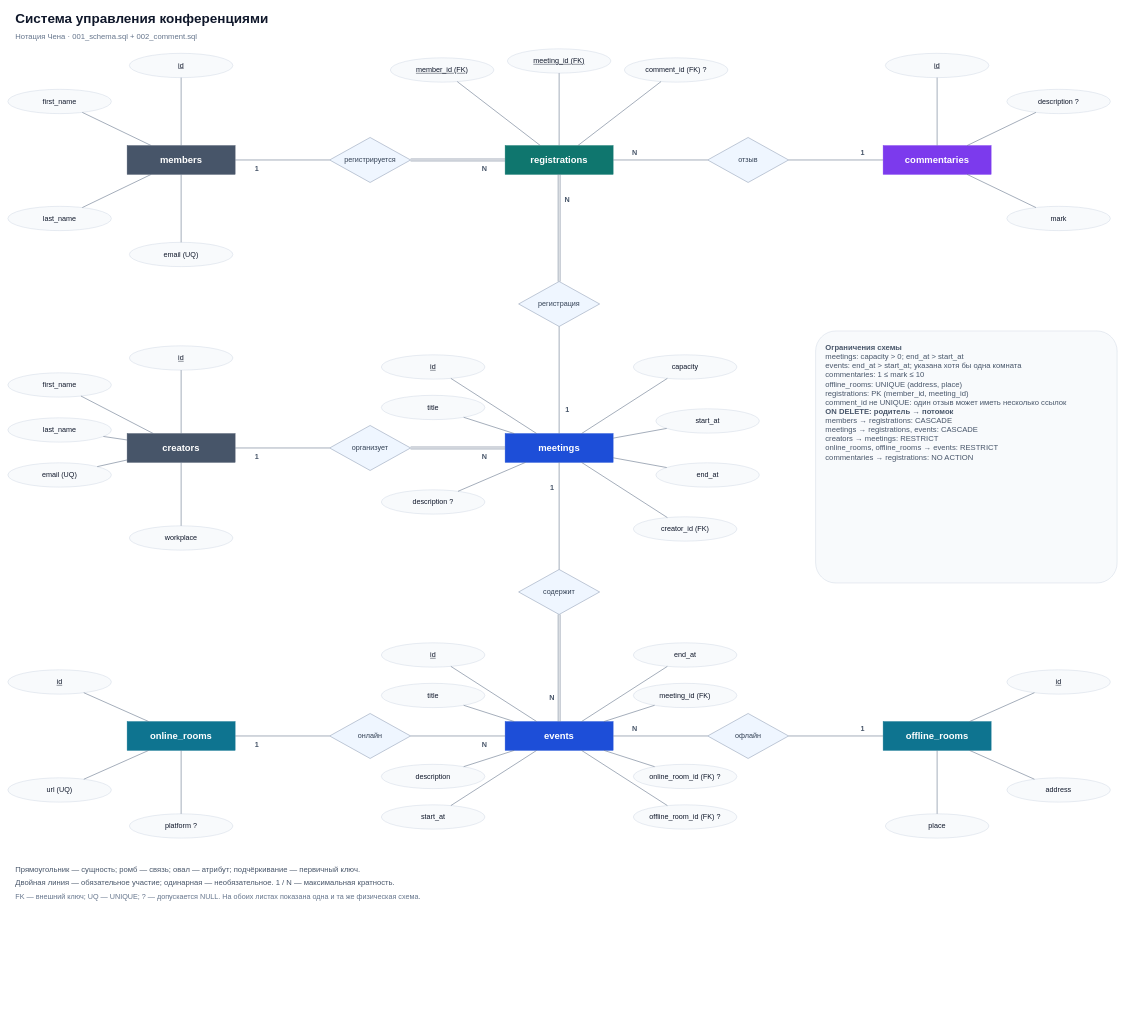
Earlier version of the draw.io diagram page "Чен" (2 of 2) of lab02/erd.drawio (makinotori14/pg-labs). Source tidied: cells renumbered, new cells numbered last; positions are measured from the earlier drawing's top-left corner, leaving out a move shared by most shapes. Both pictures are drawn from the tidied source at 45%, with x=0, y=0 at pixel (8, 8).
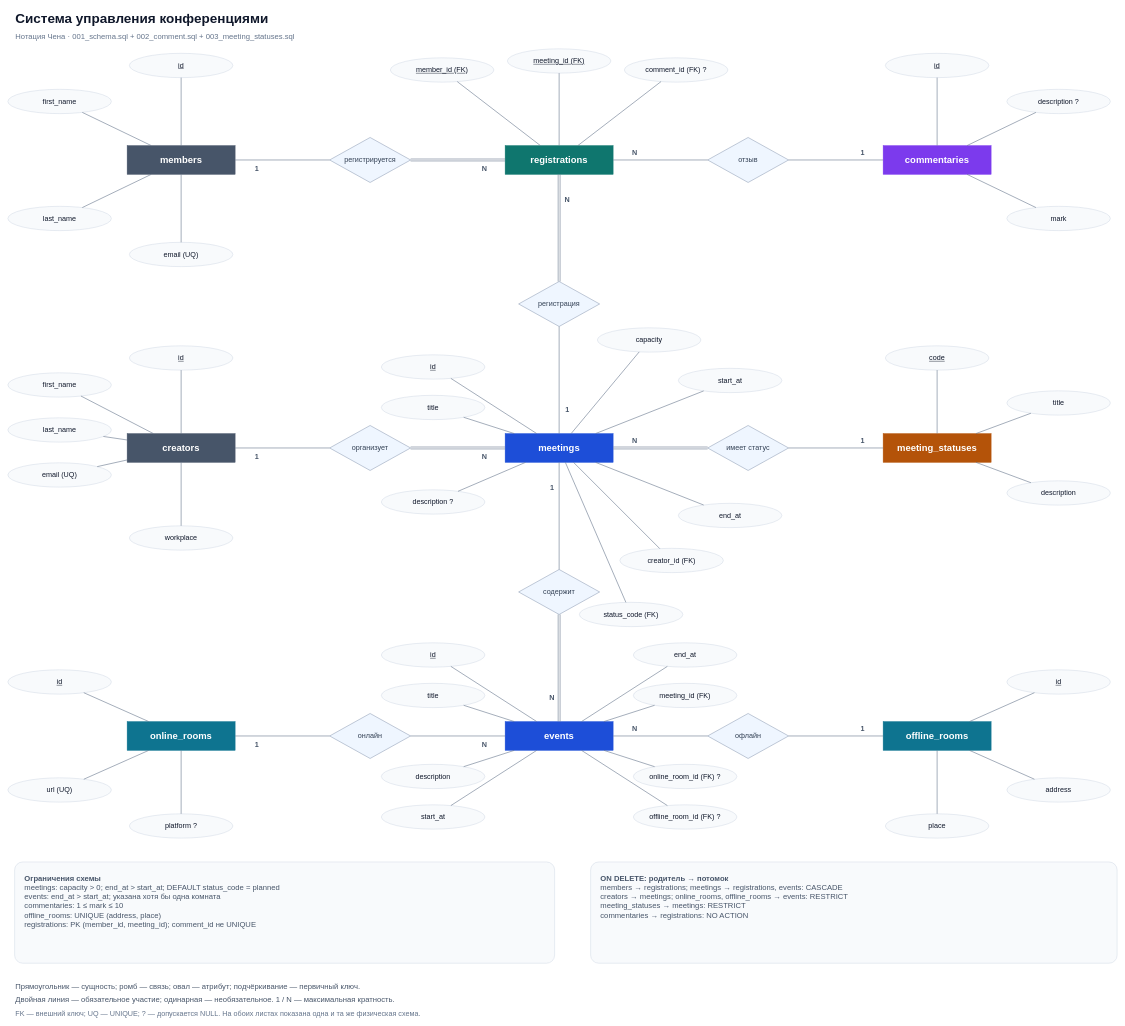
The same diagram, later.

Commit message (it also covers changes not shown here):
meeting statuses

Unchanged cells that the change refers to:
```xml
<mxCell id="38" value="meetings" style="rounded=0;html=1;whiteSpace=wrap;fillColor=#1D4ED8;strokeColor=#1D4ED8;fontColor=#FFFFFF;fontFamily=Helvetica;fontSize=21;fontStyle=1;" parent="1" vertex="1">
  <mxGeometry x="1105" y="946" width="240" height="64" as="geometry" />
</mxCell>
<mxCell id="85" style="html=1;rounded=0;startArrow=none;endArrow=none;strokeColor=#64748B;strokeWidth=1.3;" parent="1" edge="1" source="4" target="84">
  <mxGeometry relative="1" as="geometry" />
</mxCell>
<mxCell id="90" style="html=1;rounded=0;startArrow=none;endArrow=none;strokeColor=#64748B;strokeWidth=1.3;" parent="1" edge="1" source="20" target="89">
  <mxGeometry relative="1" as="geometry" />
</mxCell>
<mxCell id="95" style="html=1;rounded=0;startArrow=none;endArrow=none;strokeColor=#64748B;strokeWidth=1.3;" parent="1" edge="1" source="38" target="94">
  <mxGeometry relative="1" as="geometry" />
</mxCell>
<mxCell id="100" style="html=1;rounded=0;startArrow=none;endArrow=none;strokeColor=#64748B;strokeWidth=1.3;" parent="1" edge="1" source="27" target="99">
  <mxGeometry relative="1" as="geometry" />
</mxCell>
<mxCell id="105" style="html=1;rounded=0;startArrow=none;endArrow=none;strokeColor=#64748B;strokeWidth=1.3;" parent="1" edge="1" source="38" target="104">
  <mxGeometry relative="1" as="geometry" />
</mxCell>
<mxCell id="110" style="html=1;rounded=0;startArrow=none;endArrow=none;strokeColor=#64748B;strokeWidth=1.3;" parent="1" edge="1" source="53" target="109">
  <mxGeometry relative="1" as="geometry" />
</mxCell>
<mxCell id="115" style="html=1;rounded=0;startArrow=none;endArrow=none;strokeColor=#64748B;strokeWidth=1.3;" parent="1" edge="1" source="77" target="114">
  <mxGeometry relative="1" as="geometry" />
</mxCell>
```

Change to the diagram source:
```diff
@@
-    <mxCell id="3" value="Нотация Чена · 001_schema.sql + 002_comment.sql" style="text;html=1;strokeColor=none;fillColor=none;whiteSpace=wrap;fontFamily=Helvetica;align=left;fontSize=17;fontColor=#64748B;" parent="1" vertex="1">
-      <mxGeometry x="15" y="48" width="1500" height="30" as="geometry" />
+    <mxCell id="3" value="Нотация Чена · 001_schema.sql + 002_comment.sql + 003_meeting_statuses.sql" style="text;html=1;strokeColor=none;fillColor=none;whiteSpace=wrap;fontFamily=Helvetica;align=left;fontSize=17;fontColor=#64748B;" parent="1" vertex="1">
+      <mxGeometry x="15" y="48" width="2400" height="30" as="geometry" />
     </mxCell>
@@
     <mxCell id="45" value="capacity" style="ellipse;whiteSpace=wrap;html=1;fillColor=#F8FAFC;strokeColor=#CBD5E1;strokeWidth=1;fontColor=#0F172A;fontFamily=Helvetica;fontSize=16;fontStyle=0;" parent="1" vertex="1">
-      <mxGeometry x="1390" y="771" width="230" height="54" as="geometry" />
+      <mxGeometry x="1310" y="711" width="230" height="54" as="geometry" />
     </mxCell>
@@
     <mxCell id="47" value="start_at" style="ellipse;whiteSpace=wrap;html=1;fillColor=#F8FAFC;strokeColor=#CBD5E1;strokeWidth=1;fontColor=#0F172A;fontFamily=Helvetica;fontSize=16;fontStyle=0;" parent="1" vertex="1">
-      <mxGeometry x="1440" y="891" width="230" height="54" as="geometry" />
+      <mxGeometry x="1490" y="801" width="230" height="54" as="geometry" />
     </mxCell>
@@
     <mxCell id="49" value="end_at" style="ellipse;whiteSpace=wrap;html=1;fillColor=#F8FAFC;strokeColor=#CBD5E1;strokeWidth=1;fontColor=#0F172A;fontFamily=Helvetica;fontSize=16;fontStyle=0;" parent="1" vertex="1">
-      <mxGeometry x="1440" y="1011" width="230" height="54" as="geometry" />
+      <mxGeometry x="1490" y="1101" width="230" height="54" as="geometry" />
     </mxCell>
@@
     <mxCell id="51" value="creator_id (FK)" style="ellipse;whiteSpace=wrap;html=1;fillColor=#F8FAFC;strokeColor=#CBD5E1;strokeWidth=1;fontColor=#0F172A;fontFamily=Helvetica;fontSize=16;fontStyle=0;" parent="1" vertex="1">
-      <mxGeometry x="1390" y="1131" width="230" height="54" as="geometry" />
+      <mxGeometry x="1360" y="1201" width="230" height="54" as="geometry" />
     </mxCell>
@@
+    <mxCell id="87" value="1" style="edgeLabel;html=1;align=center;verticalAlign=middle;fontFamily=Helvetica;fontSize=16;fontStyle=1;fontColor=#475569;labelBackgroundColor=#FFFFFF;" parent="85" vertex="1">
+      <mxGeometry x="-0.55" y="-17" relative="1" as="geometry" />
+    </mxCell>
@@
-    <mxCell id="87" value="1" style="edgeLabel;html=1;align=center;verticalAlign=middle;fontFamily=Helvetica;fontSize=16;fontStyle=1;fontColor=#475569;labelBackgroundColor=#FFFFFF;" parent="85" vertex="1">
-      <mxGeometry x="-0.55" y="-17" relative="1" as="geometry" />
-    </mxCell>
@@
+    <mxCell id="92" value="1" style="edgeLabel;html=1;align=center;verticalAlign=middle;fontFamily=Helvetica;fontSize=16;fontStyle=1;fontColor=#475569;labelBackgroundColor=#FFFFFF;" parent="90" vertex="1">
+      <mxGeometry x="-0.55" y="-17" relative="1" as="geometry" />
+    </mxCell>
@@
-    <mxCell id="92" value="1" style="edgeLabel;html=1;align=center;verticalAlign=middle;fontFamily=Helvetica;fontSize=16;fontStyle=1;fontColor=#475569;labelBackgroundColor=#FFFFFF;" parent="90" vertex="1">
-      <mxGeometry x="-0.55" y="-17" relative="1" as="geometry" />
-    </mxCell>
@@
+    <mxCell id="97" value="1" style="edgeLabel;html=1;align=center;verticalAlign=middle;fontFamily=Helvetica;fontSize=16;fontStyle=1;fontColor=#475569;labelBackgroundColor=#FFFFFF;" parent="95" vertex="1">
+      <mxGeometry x="-0.55" y="-17" relative="1" as="geometry" />
+    </mxCell>
@@
-    <mxCell id="97" value="1" style="edgeLabel;html=1;align=center;verticalAlign=middle;fontFamily=Helvetica;fontSize=16;fontStyle=1;fontColor=#475569;labelBackgroundColor=#FFFFFF;" parent="95" vertex="1">
-      <mxGeometry x="-0.55" y="-17" relative="1" as="geometry" />
-    </mxCell>
@@
+    <mxCell id="102" value="1" style="edgeLabel;html=1;align=center;verticalAlign=middle;fontFamily=Helvetica;fontSize=16;fontStyle=1;fontColor=#475569;labelBackgroundColor=#FFFFFF;" parent="100" vertex="1">
+      <mxGeometry x="-0.55" y="-17" relative="1" as="geometry" />
+    </mxCell>
@@
-    <mxCell id="102" value="1" style="edgeLabel;html=1;align=center;verticalAlign=middle;fontFamily=Helvetica;fontSize=16;fontStyle=1;fontColor=#475569;labelBackgroundColor=#FFFFFF;" parent="100" vertex="1">
-      <mxGeometry x="-0.55" y="-17" relative="1" as="geometry" />
-    </mxCell>
@@
+    <mxCell id="107" value="1" style="edgeLabel;html=1;align=center;verticalAlign=middle;fontFamily=Helvetica;fontSize=16;fontStyle=1;fontColor=#475569;labelBackgroundColor=#FFFFFF;" parent="105" vertex="1">
+      <mxGeometry x="-0.55" y="-17" relative="1" as="geometry" />
+    </mxCell>
@@
-    <mxCell id="107" value="1" style="edgeLabel;html=1;align=center;verticalAlign=middle;fontFamily=Helvetica;fontSize=16;fontStyle=1;fontColor=#475569;labelBackgroundColor=#FFFFFF;" parent="105" vertex="1">
-      <mxGeometry x="-0.55" y="-17" relative="1" as="geometry" />
-    </mxCell>
@@
+    <mxCell id="112" value="1" style="edgeLabel;html=1;align=center;verticalAlign=middle;fontFamily=Helvetica;fontSize=16;fontStyle=1;fontColor=#475569;labelBackgroundColor=#FFFFFF;" parent="110" vertex="1">
+      <mxGeometry x="-0.55" y="-17" relative="1" as="geometry" />
+    </mxCell>
@@
-    <mxCell id="112" value="1" style="edgeLabel;html=1;align=center;verticalAlign=middle;fontFamily=Helvetica;fontSize=16;fontStyle=1;fontColor=#475569;labelBackgroundColor=#FFFFFF;" parent="110" vertex="1">
-      <mxGeometry x="-0.55" y="-17" relative="1" as="geometry" />
-    </mxCell>
@@
+    <mxCell id="117" value="1" style="edgeLabel;html=1;align=center;verticalAlign=middle;fontFamily=Helvetica;fontSize=16;fontStyle=1;fontColor=#475569;labelBackgroundColor=#FFFFFF;" parent="115" vertex="1">
+      <mxGeometry x="-0.55" y="-17" relative="1" as="geometry" />
+    </mxCell>
@@
-    <mxCell id="117" value="1" style="edgeLabel;html=1;align=center;verticalAlign=middle;fontFamily=Helvetica;fontSize=16;fontStyle=1;fontColor=#475569;labelBackgroundColor=#FFFFFF;" parent="115" vertex="1">
-      <mxGeometry x="-0.55" y="-17" relative="1" as="geometry" />
-    </mxCell>
@@
-    <mxCell id="119" value="&lt;b&gt;Ограничения схемы&lt;/b&gt;&lt;br&gt;meetings: capacity &amp;gt; 0; end_at &amp;gt; start_at&lt;br&gt;events: end_at &amp;gt; start_at; указана хотя бы одна комната&lt;br&gt;commentaries: 1 ≤ mark ≤ 10&lt;br&gt;offline_rooms: UNIQUE (address, place)&lt;br&gt;registrations: PK (member_id, meeting_id)&lt;br&gt;comment_id не UNIQUE: один отзыв может иметь несколько ссылок&lt;br&gt;&lt;b&gt;ON DELETE: родитель → потомок&lt;/b&gt;&lt;br&gt;members → registrations: CASCADE&lt;br&gt;meetings → registrations, events: CASCADE&lt;br&gt;creators → meetings: RESTRICT&lt;br&gt;online_rooms, offline_rooms → events: RESTRICT&lt;br&gt;commentaries → registrations: NO ACTION" style="rounded=1;arcSize=8;html=1;whiteSpace=wrap;fillColor=#F8FAFC;strokeColor=#CBD5E1;align=left;verticalAlign=top;spacing=22;fontFamily=Helvetica;fontSize=17;fontColor=#475569;" parent="1" vertex="1">
-      <mxGeometry x="1795" y="718" width="670" height="560" as="geometry" />
+    <mxCell id="119" value="&lt;b&gt;Ограничения схемы&lt;/b&gt;&lt;br&gt;meetings: capacity &amp;gt; 0; end_at &amp;gt; start_at; DEFAULT status_code = planned&lt;br&gt;events: end_at &amp;gt; start_at; указана хотя бы одна комната&lt;br&gt;commentaries: 1 ≤ mark ≤ 10&lt;br&gt;offline_rooms: UNIQUE (address, place)&lt;br&gt;registrations: PK (member_id, meeting_id); comment_id не UNIQUE" style="rounded=1;arcSize=8;html=1;whiteSpace=wrap;fillColor=#F8FAFC;strokeColor=#CBD5E1;align=left;verticalAlign=top;spacing=22;fontFamily=Helvetica;fontSize=17;fontColor=#475569;" parent="1" vertex="1">
+      <mxGeometry x="15" y="1898" width="1200" height="225" as="geometry" />
     </mxCell>
     <mxCell id="120" value="Прямоугольник — сущность; ромб — связь; овал — атрибут; подчёркивание — первичный ключ." style="text;html=1;strokeColor=none;fillColor=none;whiteSpace=wrap;fontFamily=Helvetica;align=left;fontSize=17;fontColor=#475569;" parent="1" vertex="1">
-      <mxGeometry x="15" y="1898" width="2450" height="28" as="geometry" />
+      <mxGeometry x="15" y="2158" width="2450" height="28" as="geometry" />
     </mxCell>
     <mxCell id="121" value="Двойная линия — обязательное участие; одинарная — необязательное. 1 / N — максимальная кратность." style="text;html=1;strokeColor=none;fillColor=none;whiteSpace=wrap;fontFamily=Helvetica;align=left;fontSize=17;fontColor=#475569;" parent="1" vertex="1">
-      <mxGeometry x="15" y="1928" width="2450" height="28" as="geometry" />
+      <mxGeometry x="15" y="2188" width="2450" height="28" as="geometry" />
     </mxCell>
     <mxCell id="122" value="FK — внешний ключ; UQ — UNIQUE; ? — допускается NULL. На обоих листах показана одна и та же физическая схема." style="text;html=1;strokeColor=none;fillColor=none;whiteSpace=wrap;fontFamily=Helvetica;align=left;fontSize=16;fontColor=#64748B;" parent="1" vertex="1">
-      <mxGeometry x="15" y="1958" width="2450" height="28" as="geometry" />
+      <mxGeometry x="15" y="2218" width="2450" height="28" as="geometry" />
     </mxCell>
+    <mxCell id="123" value="status_code (FK)" style="ellipse;whiteSpace=wrap;html=1;fillColor=#F8FAFC;strokeColor=#CBD5E1;strokeWidth=1;fontColor=#0F172A;fontFamily=Helvetica;fontSize=16;fontStyle=0;" parent="1" vertex="1">
+      <mxGeometry x="1270" y="1321" width="230" height="54" as="geometry" />
+    </mxCell>
+    <mxCell id="124" style="html=1;rounded=0;startArrow=none;endArrow=none;strokeColor=#64748B;strokeWidth=1.3;" parent="1" edge="1" source="38" target="123">
+      <mxGeometry relative="1" as="geometry" />
+    </mxCell>
+    <mxCell id="125" value="meeting_statuses" style="rounded=0;html=1;whiteSpace=wrap;fillColor=#B45309;strokeColor=#B45309;fontColor=#FFFFFF;fontFamily=Helvetica;fontSize=21;fontStyle=1;" parent="1" vertex="1">
+      <mxGeometry x="1945" y="946" width="240" height="64" as="geometry" />
+    </mxCell>
+    <mxCell id="126" value="code" style="ellipse;whiteSpace=wrap;html=1;fillColor=#F8FAFC;strokeColor=#CBD5E1;strokeWidth=1;fontColor=#0F172A;fontFamily=Helvetica;fontSize=16;fontStyle=4;" parent="1" vertex="1">
+      <mxGeometry x="1950" y="751" width="230" height="54" as="geometry" />
+    </mxCell>
+    <mxCell id="127" style="html=1;rounded=0;startArrow=none;endArrow=none;strokeColor=#64748B;strokeWidth=1.3;" parent="1" edge="1" source="125" target="126">
+      <mxGeometry relative="1" as="geometry" />
+    </mxCell>
+    <mxCell id="128" value="title" style="ellipse;whiteSpace=wrap;html=1;fillColor=#F8FAFC;strokeColor=#CBD5E1;strokeWidth=1;fontColor=#0F172A;fontFamily=Helvetica;fontSize=16;fontStyle=0;" parent="1" vertex="1">
+      <mxGeometry x="2220" y="851" width="230" height="54" as="geometry" />
+    </mxCell>
+    <mxCell id="129" style="html=1;rounded=0;startArrow=none;endArrow=none;strokeColor=#64748B;strokeWidth=1.3;" parent="1" edge="1" source="125" target="128">
+      <mxGeometry relative="1" as="geometry" />
+    </mxCell>
+    <mxCell id="130" value="description" style="ellipse;whiteSpace=wrap;html=1;fillColor=#F8FAFC;strokeColor=#CBD5E1;strokeWidth=1;fontColor=#0F172A;fontFamily=Helvetica;fontSize=16;fontStyle=0;" parent="1" vertex="1">
+      <mxGeometry x="2220" y="1051" width="230" height="54" as="geometry" />
+    </mxCell>
+    <mxCell id="131" style="html=1;rounded=0;startArrow=none;endArrow=none;strokeColor=#64748B;strokeWidth=1.3;" parent="1" edge="1" source="125" target="130">
+      <mxGeometry relative="1" as="geometry" />
+    </mxCell>
+    <mxCell id="132" value="имеет статус" style="shape=rhombus;perimeter=rhombusPerimeter;whiteSpace=wrap;html=1;fillColor=#EFF6FF;strokeColor=#94A3B8;strokeWidth=1.3;fontColor=#334155;fontFamily=Helvetica;fontSize=16;" parent="1" vertex="1">
+      <mxGeometry x="1555" y="928" width="180" height="100" as="geometry" />
+    </mxCell>
+    <mxCell id="133" style="html=1;rounded=0;startArrow=none;endArrow=none;strokeColor=#64748B;strokeWidth=1.3;" parent="1" edge="1" source="125" target="132">
+      <mxGeometry relative="1" as="geometry" />
+    </mxCell>
+    <mxCell id="134" style="html=1;rounded=0;startArrow=none;endArrow=none;strokeColor=#64748B;strokeWidth=1.3;shape=link;width=4;fillColor=#FFFFFF;" parent="1" edge="1" source="132" target="38">
+      <mxGeometry relative="1" as="geometry" />
+    </mxCell>
+    <mxCell id="135" value="1" style="edgeLabel;html=1;align=center;verticalAlign=middle;fontFamily=Helvetica;fontSize=16;fontStyle=1;fontColor=#475569;labelBackgroundColor=#FFFFFF;" parent="133" vertex="1">
+      <mxGeometry x="-0.55" y="-17" relative="1" as="geometry" />
+    </mxCell>
+    <mxCell id="136" value="N" style="edgeLabel;html=1;align=center;verticalAlign=middle;fontFamily=Helvetica;fontSize=16;fontStyle=1;fontColor=#475569;labelBackgroundColor=#FFFFFF;" parent="134" vertex="1">
+      <mxGeometry x="0.55" y="-17" relative="1" as="geometry" />
+    </mxCell>
+    <mxCell id="137" value="&lt;b&gt;ON DELETE: родитель → потомок&lt;/b&gt;&lt;br&gt;members → registrations; meetings → registrations, events: CASCADE&lt;br&gt;creators → meetings; online_rooms, offline_rooms → events: RESTRICT&lt;br&gt;meeting_statuses → meetings: RESTRICT&lt;br&gt;commentaries → registrations: NO ACTION" style="rounded=1;arcSize=8;html=1;whiteSpace=wrap;fillColor=#F8FAFC;strokeColor=#CBD5E1;align=left;verticalAlign=top;spacing=22;fontFamily=Helvetica;fontSize=17;fontColor=#475569;" parent="1" vertex="1">
+      <mxGeometry x="1295" y="1898" width="1170" height="225" as="geometry" />
+    </mxCell>
```
